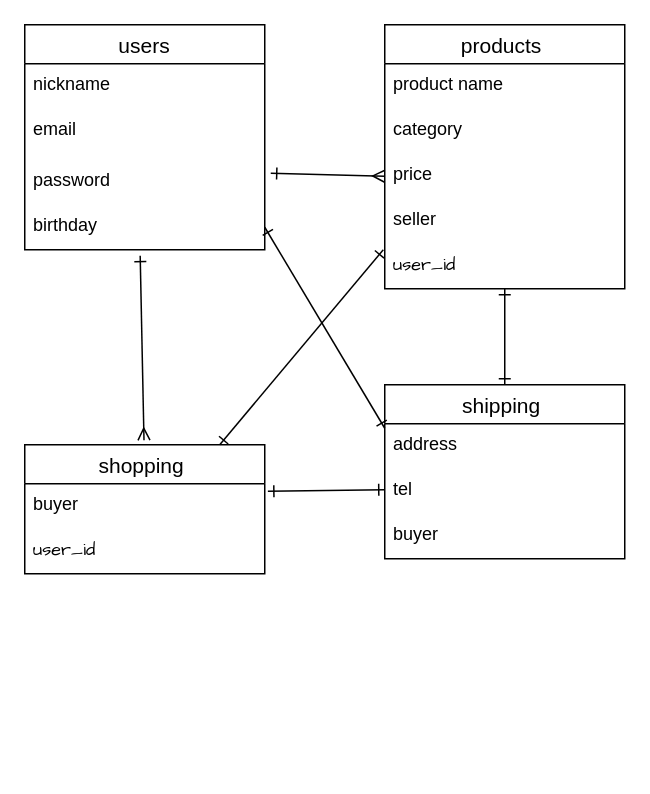
Earlier version of the draw.io diagram furima.dio (minamieri/furima-40821). Source tidied: cells renumbered, new cells numbered last; positions are measured from the earlier drawing's top-left corner, leaving out a move shared by most shapes. Both pictures are drawn from the tidied source at 150%, with x=0, y=0 at pixel (24, 24).
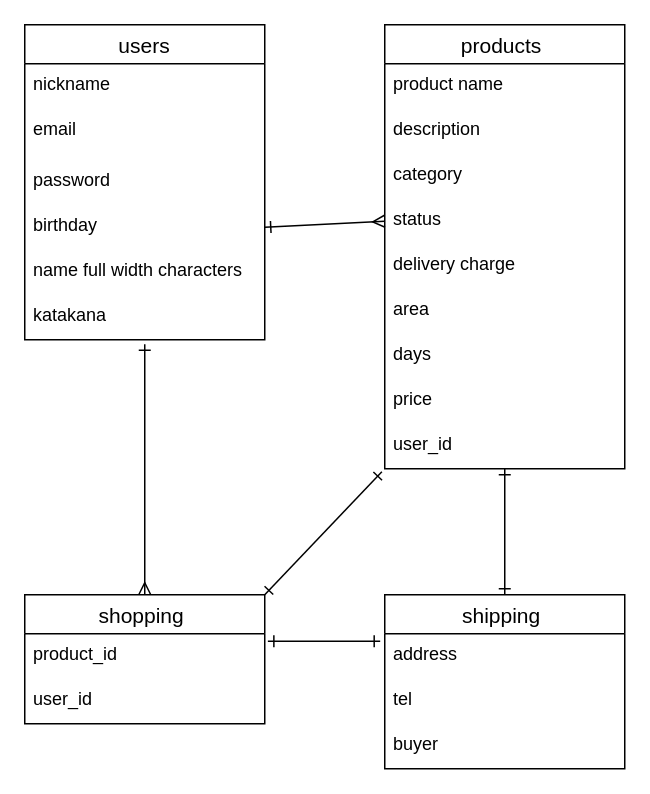
After the change.

Commit message (it also covers changes not shown here):
データベース設計の修正

Change to the diagram source:
```diff
@@
-    <mxCell id="2" value="users" style="swimlane;fontStyle=0;horizontal=1;startSize=26;align=center;fontSize=14;" parent="1" vertex="1">
-      <mxGeometry width="160" height="150" as="geometry" />
+    <mxCell id="2" value="users" style="swimlane;fontStyle=0;horizontal=1;startSize=26;align=center;fontSize=14;rounded=0;" parent="1" vertex="1">
+      <mxGeometry width="160" height="210" as="geometry" />
     </mxCell>
-    <mxCell id="3" value="nickname" style="text;strokeColor=none;fillColor=none;spacingLeft=4;spacingRight=4;overflow=hidden;fontSize=12;" parent="2" vertex="1">
+    <mxCell id="3" value="nickname" style="text;strokeColor=none;fillColor=none;spacingLeft=4;spacingRight=4;overflow=hidden;fontSize=12;rounded=0;" parent="2" vertex="1">
       <mxGeometry y="26" width="160" height="30" as="geometry" />
     </mxCell>
-    <mxCell id="4" value="email" style="text;strokeColor=none;fillColor=none;spacingLeft=4;spacingRight=4;overflow=hidden;fontSize=12;" parent="2" vertex="1">
+    <mxCell id="4" value="email" style="text;strokeColor=none;fillColor=none;spacingLeft=4;spacingRight=4;overflow=hidden;fontSize=12;rounded=0;" parent="2" vertex="1">
       <mxGeometry y="56" width="160" height="34" as="geometry" />
     </mxCell>
-    <mxCell id="5" value="password" style="text;strokeColor=none;fillColor=none;spacingLeft=4;spacingRight=4;overflow=hidden;points=[[0,0.5],[1,0.5]];portConstraint=eastwest;fontSize=12;" parent="2" vertex="1">
+    <mxCell id="5" value="password" style="text;strokeColor=none;fillColor=none;spacingLeft=4;spacingRight=4;overflow=hidden;points=[[0,0.5],[1,0.5]];portConstraint=eastwest;fontSize=12;rounded=0;" parent="2" vertex="1">
       <mxGeometry y="90" width="160" height="30" as="geometry" />
     </mxCell>
-    <mxCell id="6" value="birthday" style="text;strokeColor=none;fillColor=none;spacingLeft=4;spacingRight=4;overflow=hidden;points=[[0,0.5],[1,0.5]];portConstraint=eastwest;fontSize=12;" parent="2" vertex="1">
+    <mxCell id="6" value="birthday" style="text;strokeColor=none;fillColor=none;spacingLeft=4;spacingRight=4;overflow=hidden;points=[[0,0.5],[1,0.5]];portConstraint=eastwest;fontSize=12;rounded=0;" parent="2" vertex="1">
       <mxGeometry y="120" width="160" height="30" as="geometry" />
     </mxCell>
+    <mxCell id="26" value="name full width characters" style="text;strokeColor=none;fillColor=none;spacingLeft=4;spacingRight=4;overflow=hidden;fontSize=12;sketch=1;hachureGap=4;jiggle=2;curveFitting=1;fontFamily=Helvetica;" parent="2" vertex="1">
+      <mxGeometry y="150" width="160" height="30" as="geometry" />
+    </mxCell>
+    <mxCell id="27" value="katakana" style="text;strokeColor=none;fillColor=none;spacingLeft=4;spacingRight=4;overflow=hidden;points=[[0,0.5],[1,0.5]];portConstraint=eastwest;fontSize=12;sketch=1;hachureGap=4;jiggle=2;curveFitting=1;fontFamily=Helvetica;" parent="2" vertex="1">
+      <mxGeometry y="180" width="160" height="30" as="geometry" />
+    </mxCell>
-    <mxCell id="7" value="products " style="swimlane;fontStyle=0;horizontal=1;startSize=26;align=center;fontSize=14;" parent="1" vertex="1">
-      <mxGeometry x="240" width="160" height="176" as="geometry" />
+    <mxCell id="7" value="products " style="swimlane;fontStyle=0;horizontal=1;startSize=26;align=center;fontSize=14;rounded=0;" parent="1" vertex="1">
+      <mxGeometry x="240" width="160" height="296" as="geometry" />
     </mxCell>
-    <mxCell id="8" value="product name" style="text;strokeColor=none;fillColor=none;spacingLeft=4;spacingRight=4;overflow=hidden;fontSize=12;" parent="7" vertex="1">
+    <mxCell id="8" value="product name" style="text;strokeColor=none;fillColor=none;spacingLeft=4;spacingRight=4;overflow=hidden;fontSize=12;rounded=0;" parent="7" vertex="1">
       <mxGeometry y="26" width="160" height="30" as="geometry" />
     </mxCell>
+    <mxCell id="28" value="description" style="text;strokeColor=none;fillColor=none;spacingLeft=4;spacingRight=4;overflow=hidden;fontSize=12;sketch=1;hachureGap=4;jiggle=2;curveFitting=1;fontFamily=Helvetica;" parent="7" vertex="1">
+      <mxGeometry y="56" width="160" height="30" as="geometry" />
+    </mxCell>
-    <mxCell id="9" value="category" style="text;strokeColor=none;fillColor=none;spacingLeft=4;spacingRight=4;overflow=hidden;fontSize=12;" parent="7" vertex="1">
-      <mxGeometry y="56" width="160" height="30" as="geometry" />
+    <mxCell id="9" value="category" style="text;strokeColor=none;fillColor=none;spacingLeft=4;spacingRight=4;overflow=hidden;fontSize=12;rounded=0;" parent="7" vertex="1">
+      <mxGeometry y="86" width="160" height="30" as="geometry" />
     </mxCell>
+    <mxCell id="29" value="status" style="text;strokeColor=none;fillColor=none;spacingLeft=4;spacingRight=4;overflow=hidden;points=[[0,0.5],[1,0.5]];portConstraint=eastwest;fontSize=12;sketch=1;hachureGap=4;jiggle=2;curveFitting=1;fontFamily=Helvetica;" parent="7" vertex="1">
+      <mxGeometry y="116" width="160" height="30" as="geometry" />
+    </mxCell>
+    <mxCell id="30" value="delivery charge" style="text;strokeColor=none;fillColor=none;spacingLeft=4;spacingRight=4;overflow=hidden;fontSize=12;sketch=1;hachureGap=4;jiggle=2;curveFitting=1;fontFamily=Helvetica;" parent="7" vertex="1">
+      <mxGeometry y="146" width="160" height="30" as="geometry" />
+    </mxCell>
+    <mxCell id="31" value="area" style="text;strokeColor=none;fillColor=none;spacingLeft=4;spacingRight=4;overflow=hidden;fontSize=12;sketch=1;hachureGap=4;jiggle=2;curveFitting=1;fontFamily=Helvetica;" parent="7" vertex="1">
+      <mxGeometry y="176" width="160" height="30" as="geometry" />
+    </mxCell>
+    <mxCell id="32" value="days" style="text;strokeColor=none;fillColor=none;spacingLeft=4;spacingRight=4;overflow=hidden;fontSize=12;sketch=1;hachureGap=4;jiggle=2;curveFitting=1;fontFamily=Helvetica;" parent="7" vertex="1">
+      <mxGeometry y="206" width="160" height="30" as="geometry" />
+    </mxCell>
-    <mxCell id="10" value="price" style="text;strokeColor=none;fillColor=none;spacingLeft=4;spacingRight=4;overflow=hidden;fontSize=12;" parent="7" vertex="1">
-      <mxGeometry y="86" width="160" height="30" as="geometry" />
+    <mxCell id="10" value="price" style="text;strokeColor=none;fillColor=none;spacingLeft=4;spacingRight=4;overflow=hidden;fontSize=12;rounded=0;" parent="7" vertex="1">
+      <mxGeometry y="236" width="160" height="30" as="geometry" />
     </mxCell>
-    <mxCell id="11" value="seller" style="text;strokeColor=none;fillColor=none;spacingLeft=4;spacingRight=4;overflow=hidden;points=[[0,0.5],[1,0.5]];portConstraint=eastwest;fontSize=12;" parent="7" vertex="1">
-      <mxGeometry y="116" width="160" height="30" as="geometry" />
-    </mxCell>
-    <mxCell id="12" value="user_id" style="text;strokeColor=none;fillColor=none;spacingLeft=4;spacingRight=4;overflow=hidden;points=[[0,0.5],[1,0.5]];portConstraint=eastwest;fontSize=12;sketch=1;hachureGap=4;jiggle=2;curveFitting=1;fontFamily=Architects Daughter;" parent="7" vertex="1">
-      <mxGeometry y="146" width="160" height="30" as="geometry" />
+    <mxCell id="12" value="user_id" style="text;strokeColor=none;fillColor=none;spacingLeft=4;spacingRight=4;overflow=hidden;points=[[0,0.5],[1,0.5]];portConstraint=eastwest;fontSize=12;sketch=1;hachureGap=4;jiggle=2;curveFitting=1;fontFamily=Helvetica;rounded=0;" parent="7" vertex="1">
+      <mxGeometry y="266" width="160" height="30" as="geometry" />
     </mxCell>
-    <mxCell id="13" value="shopping " style="swimlane;fontStyle=0;horizontal=1;startSize=26;align=center;fontSize=14;" parent="1" vertex="1">
-      <mxGeometry y="280" width="160" height="86" as="geometry" />
+    <mxCell id="13" value="shopping " style="swimlane;fontStyle=0;horizontal=1;startSize=26;align=center;fontSize=14;rounded=0;" parent="1" vertex="1">
+      <mxGeometry y="380" width="160" height="86" as="geometry" />
     </mxCell>
-    <mxCell id="14" value="buyer" style="text;strokeColor=none;fillColor=none;spacingLeft=4;spacingRight=4;overflow=hidden;points=[[0,0.5],[1,0.5]];portConstraint=eastwest;fontSize=12;" parent="13" vertex="1">
+    <mxCell id="14" value="product_id" style="text;strokeColor=none;fillColor=none;spacingLeft=4;spacingRight=4;overflow=hidden;points=[[0,0.5],[1,0.5]];portConstraint=eastwest;fontSize=12;rounded=0;" parent="13" vertex="1">
       <mxGeometry y="26" width="160" height="30" as="geometry" />
     </mxCell>
-    <mxCell id="15" value="user_id" style="text;strokeColor=none;fillColor=none;spacingLeft=4;spacingRight=4;overflow=hidden;fontSize=12;sketch=1;hachureGap=4;jiggle=2;curveFitting=1;fontFamily=Architects Daughter;" parent="13" vertex="1">
+    <mxCell id="15" value="user_id" style="text;strokeColor=none;fillColor=none;spacingLeft=4;spacingRight=4;overflow=hidden;fontSize=12;rounded=0;" parent="13" vertex="1">
       <mxGeometry y="56" width="160" height="30" as="geometry" />
     </mxCell>
-    <mxCell id="16" value="shipping " style="swimlane;fontStyle=0;horizontal=1;startSize=26;align=center;fontSize=14;" parent="1" vertex="1">
-      <mxGeometry x="240" y="240" width="160" height="116" as="geometry" />
+    <mxCell id="16" value="shipping " style="swimlane;fontStyle=0;horizontal=1;startSize=26;align=center;fontSize=14;rounded=0;" parent="1" vertex="1">
+      <mxGeometry x="240" y="380" width="160" height="116" as="geometry" />
     </mxCell>
-    <mxCell id="17" value="address" style="text;strokeColor=none;fillColor=none;spacingLeft=4;spacingRight=4;overflow=hidden;points=[[0,0.5],[1,0.5]];portConstraint=eastwest;fontSize=12;" parent="16" vertex="1">
+    <mxCell id="17" value="address" style="text;strokeColor=none;fillColor=none;spacingLeft=4;spacingRight=4;overflow=hidden;points=[[0,0.5],[1,0.5]];portConstraint=eastwest;fontSize=12;rounded=0;" parent="16" vertex="1">
       <mxGeometry y="26" width="160" height="30" as="geometry" />
     </mxCell>
-    <mxCell id="18" value="tel" style="text;strokeColor=none;fillColor=none;spacingLeft=4;spacingRight=4;overflow=hidden;fontSize=12;" parent="16" vertex="1">
+    <mxCell id="18" value="tel" style="text;strokeColor=none;fillColor=none;spacingLeft=4;spacingRight=4;overflow=hidden;fontSize=12;rounded=0;" parent="16" vertex="1">
       <mxGeometry y="56" width="160" height="30" as="geometry" />
     </mxCell>
-    <mxCell id="19" value="buyer" style="text;strokeColor=none;fillColor=none;spacingLeft=4;spacingRight=4;overflow=hidden;fontSize=12;" parent="16" vertex="1">
+    <mxCell id="19" value="buyer" style="text;strokeColor=none;fillColor=none;spacingLeft=4;spacingRight=4;overflow=hidden;fontSize=12;rounded=0;" parent="16" vertex="1">
       <mxGeometry y="86" width="160" height="30" as="geometry" />
     </mxCell>
-    <mxCell id="20" style="edgeStyle=none;html=1;exitX=1.025;exitY=0.3;exitDx=0;exitDy=0;endArrow=ERmany;endFill=0;startArrow=ERone;startFill=0;exitPerimeter=0;" parent="1" edge="1" source="5">
-      <mxGeometry relative="1" as="geometry">
-        <mxPoint x="240" y="101" as="targetPoint" />
-      </mxGeometry>
+    <mxCell id="20" style="edgeStyle=none;html=1;exitX=1;exitY=0.5;exitDx=0;exitDy=0;endArrow=ERmany;endFill=0;startArrow=ERone;startFill=0;rounded=0;entryX=0;entryY=0.5;entryDx=0;entryDy=0;" parent="1" edge="1" source="6" target="29">
+      <mxGeometry relative="1" as="geometry" />
     </mxCell>
-    <mxCell id="21" style="edgeStyle=none;html=1;endArrow=ERmany;endFill=0;exitX=0.481;exitY=1.133;exitDx=0;exitDy=0;exitPerimeter=0;startArrow=ERone;startFill=0;" parent="1" edge="1" source="6">
-      <mxGeometry relative="1" as="geometry">
-        <mxPoint x="79.5" y="277" as="targetPoint" />
-      </mxGeometry>
+    <mxCell id="21" style="edgeStyle=none;html=1;endArrow=ERmany;endFill=0;startArrow=ERone;startFill=0;rounded=0;entryX=0.5;entryY=0;entryDx=0;entryDy=0;exitX=0.5;exitY=1.1;exitDx=0;exitDy=0;exitPerimeter=0;" parent="1" edge="1" source="27" target="13">
+      <mxGeometry relative="1" as="geometry" />
     </mxCell>
-    <mxCell id="22" style="edgeStyle=none;html=1;endArrow=ERone;endFill=0;exitX=1.013;exitY=0.167;exitDx=0;exitDy=0;exitPerimeter=0;startArrow=ERone;startFill=0;" parent="1" edge="1" source="14">
-      <mxGeometry relative="1" as="geometry">
-        <mxPoint x="240" y="310" as="targetPoint" />
-      </mxGeometry>
+    <mxCell id="22" style="edgeStyle=none;html=1;endArrow=ERone;endFill=0;exitX=1.013;exitY=0.167;exitDx=0;exitDy=0;exitPerimeter=0;startArrow=ERone;startFill=0;rounded=0;entryX=-0.019;entryY=0.167;entryDx=0;entryDy=0;entryPerimeter=0;" parent="1" edge="1" source="14" target="17">
+      <mxGeometry relative="1" as="geometry" />
     </mxCell>
-    <mxCell id="23" style="edgeStyle=none;html=1;endArrow=ERone;endFill=0;exitX=1.013;exitY=0.167;exitDx=0;exitDy=0;exitPerimeter=0;entryX=-0.006;entryY=1.133;entryDx=0;entryDy=0;entryPerimeter=0;startArrow=ERone;startFill=0;" parent="1" edge="1" target="11">
-      <mxGeometry relative="1" as="geometry">
-        <mxPoint x="130" y="280" as="sourcePoint" />
-      </mxGeometry>
+    <mxCell id="23" style="edgeStyle=none;html=1;endArrow=ERone;endFill=0;exitX=1;exitY=0;exitDx=0;exitDy=0;entryX=-0.012;entryY=1.067;entryDx=0;entryDy=0;entryPerimeter=0;startArrow=ERone;startFill=0;rounded=0;" parent="1" edge="1" source="13" target="12">
+      <mxGeometry relative="1" as="geometry" />
     </mxCell>
-    <mxCell id="24" style="edgeStyle=none;html=1;endArrow=ERone;endFill=0;exitX=1;exitY=0.5;exitDx=0;exitDy=0;entryX=0;entryY=0.25;entryDx=0;entryDy=0;startArrow=ERone;startFill=0;" parent="1" edge="1" source="6" target="16">
-      <mxGeometry relative="1" as="geometry" />
-    </mxCell>
-    <mxCell id="25" style="edgeStyle=none;html=1;endArrow=ERone;endFill=0;entryX=0.5;entryY=0;entryDx=0;entryDy=0;startArrow=ERone;startFill=0;" parent="1" edge="1" source="12" target="16">
+    <mxCell id="25" style="edgeStyle=none;html=1;endArrow=ERone;endFill=0;entryX=0.5;entryY=0;entryDx=0;entryDy=0;startArrow=ERone;startFill=0;rounded=0;" parent="1" edge="1" source="12" target="16">
       <mxGeometry relative="1" as="geometry" />
     </mxCell>
```
